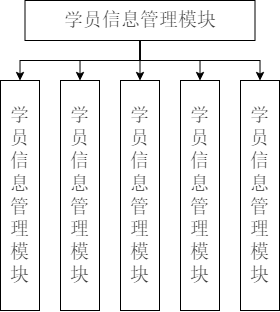
Earlier version of the draw.io export 未命名绘图.drawio.png (w1791105996/About-CSS3). Source tidied: cells renumbered, new cells last; positions are measured from the earlier drawing's top-left corner, leaving out a move shared by most shapes. The source it was exported from:
```xml
<mxGraphModel>
  <root>
    <mxCell id="0" />
    <mxCell id="1" parent="0" />
    <mxCell id="2" style="edgeStyle=orthogonalEdgeStyle;rounded=0;jettySize=auto;html=1;exitX=0.5;exitY=1;exitDx=0;exitDy=0;entryX=0.5;entryY=0;entryDx=0;entryDy=0;" parent="1" edge="1" source="7" target="10">
      <mxGeometry relative="1" as="geometry" />
    </mxCell>
    <mxCell id="3" style="edgeStyle=orthogonalEdgeStyle;rounded=0;jettySize=auto;html=1;exitX=0.5;exitY=1;exitDx=0;exitDy=0;entryX=0.5;entryY=0;entryDx=0;entryDy=0;" parent="1" edge="1" source="7" target="11">
      <mxGeometry relative="1" as="geometry" />
    </mxCell>
    <mxCell id="4" style="edgeStyle=orthogonalEdgeStyle;rounded=0;jettySize=auto;html=1;exitX=0.5;exitY=1;exitDx=0;exitDy=0;entryX=0.5;entryY=0;entryDx=0;entryDy=0;" parent="1" edge="1" source="7" target="12">
      <mxGeometry relative="1" as="geometry" />
    </mxCell>
    <mxCell id="5" style="edgeStyle=orthogonalEdgeStyle;rounded=0;jettySize=auto;html=1;exitX=0.5;exitY=1;exitDx=0;exitDy=0;entryX=0.5;entryY=0;entryDx=0;entryDy=0;" parent="1" edge="1" source="7" target="9">
      <mxGeometry relative="1" as="geometry" />
    </mxCell>
    <mxCell id="6" style="edgeStyle=orthogonalEdgeStyle;rounded=0;jettySize=auto;html=1;exitX=0.5;exitY=1;exitDx=0;exitDy=0;entryX=0.5;entryY=0;entryDx=0;entryDy=0;" parent="1" edge="1" source="7" target="8">
      <mxGeometry relative="1" as="geometry" />
    </mxCell>
    <mxCell id="7" value="&lt;span style=&quot;color: rgb(50, 50, 50); font-family: 宋体; font-size: 19px; background-color: rgba(255, 255, 255, 0.01);&quot;&gt;学员信息管理模块&lt;/span&gt;" style="rounded=0;whiteSpace=wrap;html=1;fontFamily=宋体;" parent="1" vertex="1">
      <mxGeometry x="24.5" width="230" height="40" as="geometry" />
    </mxCell>
    <mxCell id="8" value="&lt;span style=&quot;color: rgb(50, 50, 50); font-family: 宋体; font-size: 19px; background-color: rgba(255, 255, 255, 0.01);&quot;&gt;学员信息管理模块&lt;/span&gt;" style="rounded=0;whiteSpace=wrap;html=1;fontFamily=宋体;" parent="1" vertex="1">
      <mxGeometry y="80" width="39" height="230" as="geometry" />
    </mxCell>
    <mxCell id="9" value="&lt;span style=&quot;color: rgb(50, 50, 50); font-family: 宋体; font-size: 19px; background-color: rgba(255, 255, 255, 0.01);&quot;&gt;学员信息管理模块&lt;/span&gt;" style="rounded=0;whiteSpace=wrap;html=1;fontFamily=宋体;" parent="1" vertex="1">
      <mxGeometry x="60" y="80" width="39" height="230" as="geometry" />
    </mxCell>
    <mxCell id="10" value="&lt;span style=&quot;color: rgb(50, 50, 50); font-family: 宋体; font-size: 19px; background-color: rgba(255, 255, 255, 0.01);&quot;&gt;学员信息管理模块&lt;/span&gt;" style="rounded=0;whiteSpace=wrap;html=1;fontFamily=宋体;" parent="1" vertex="1">
      <mxGeometry x="120" y="80" width="39" height="230" as="geometry" />
    </mxCell>
    <mxCell id="11" value="&lt;span style=&quot;color: rgb(50, 50, 50); font-family: 宋体; font-size: 19px; background-color: rgba(255, 255, 255, 0.01);&quot;&gt;学员信息管理模块&lt;/span&gt;" style="rounded=0;whiteSpace=wrap;html=1;fontFamily=宋体;" parent="1" vertex="1">
      <mxGeometry x="180" y="80" width="39" height="230" as="geometry" />
    </mxCell>
    <mxCell id="12" value="&lt;span style=&quot;color: rgb(50, 50, 50); font-family: 宋体; font-size: 19px; background-color: rgba(255, 255, 255, 0.01);&quot;&gt;学员信息管理模块&lt;/span&gt;" style="rounded=0;whiteSpace=wrap;html=1;fontFamily=宋体;" parent="1" vertex="1">
      <mxGeometry x="240" y="80" width="39" height="230" as="geometry" />
    </mxCell>
  </root>
</mxGraphModel>
```
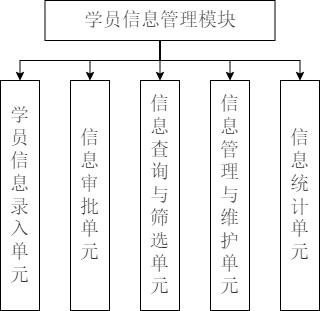
After the commit.

Commit message:
学员信息管理模块.drawio.png

The edit, as a diff of the source:
```diff
@@ -17,23 +17,23 @@
     <mxCell id="6" style="edgeStyle=orthogonalEdgeStyle;rounded=0;jettySize=auto;html=1;exitX=0.5;exitY=1;exitDx=0;exitDy=0;entryX=0.5;entryY=0;entryDx=0;entryDy=0;" parent="1" edge="1" source="7" target="8">
       <mxGeometry relative="1" as="geometry" />
     </mxCell>
-    <mxCell id="7" value="&lt;span style=&quot;color: rgb(50, 50, 50); font-family: 宋体; font-size: 19px; background-color: rgba(255, 255, 255, 0.01);&quot;&gt;学员信息管理模块&lt;/span&gt;" style="rounded=0;whiteSpace=wrap;html=1;fontFamily=宋体;" parent="1" vertex="1">
+    <mxCell id="7" value="&lt;span style=&quot;color: rgb(50, 50, 50); font-family: 宋体; font-size: 19px; background-color: rgba(255, 255, 255, 0.01);&quot;&gt;学员信息管理模块&lt;/span&gt;" style="rounded=0;whiteSpace=wrap;html=1;fontFamily=宋体;fontSize=19;" parent="1" vertex="1">
       <mxGeometry x="24.5" width="230" height="40" as="geometry" />
     </mxCell>
-    <mxCell id="8" value="&lt;span style=&quot;color: rgb(50, 50, 50); font-family: 宋体; font-size: 19px; background-color: rgba(255, 255, 255, 0.01);&quot;&gt;学员信息管理模块&lt;/span&gt;" style="rounded=0;whiteSpace=wrap;html=1;fontFamily=宋体;" parent="1" vertex="1">
-      <mxGeometry y="80" width="39" height="230" as="geometry" />
+    <mxCell id="8" value="&lt;span style=&quot;color: rgb(50, 50, 50); background-color: rgba(255, 255, 255, 0.01);&quot;&gt;学员信息录入单元&lt;/span&gt;" style="rounded=0;whiteSpace=wrap;html=1;fontFamily=宋体;fontSize=19;" parent="1" vertex="1">
+      <mxGeometry x="-20" y="80" width="39" height="230" as="geometry" />
     </mxCell>
-    <mxCell id="9" value="&lt;span style=&quot;color: rgb(50, 50, 50); font-family: 宋体; font-size: 19px; background-color: rgba(255, 255, 255, 0.01);&quot;&gt;学员信息管理模块&lt;/span&gt;" style="rounded=0;whiteSpace=wrap;html=1;fontFamily=宋体;" parent="1" vertex="1">
-      <mxGeometry x="60" y="80" width="39" height="230" as="geometry" />
+    <mxCell id="9" value="&lt;span style=&quot;color: rgb(50, 50, 50); background-color: rgba(255, 255, 255, 0.01);&quot;&gt;信息审批单元&lt;/span&gt;" style="rounded=0;whiteSpace=wrap;html=1;fontFamily=宋体;fontSize=19;" parent="1" vertex="1">
+      <mxGeometry x="50" y="80" width="39" height="230" as="geometry" />
     </mxCell>
-    <mxCell id="10" value="&lt;span style=&quot;color: rgb(50, 50, 50); font-family: 宋体; font-size: 19px; background-color: rgba(255, 255, 255, 0.01);&quot;&gt;学员信息管理模块&lt;/span&gt;" style="rounded=0;whiteSpace=wrap;html=1;fontFamily=宋体;" parent="1" vertex="1">
+    <mxCell id="10" value="&lt;span style=&quot;color: rgb(50, 50, 50); background-color: rgba(255, 255, 255, 0.01);&quot;&gt;信息查询与筛选单元&lt;/span&gt;" style="rounded=0;whiteSpace=wrap;html=1;fontFamily=宋体;fontSize=19;" parent="1" vertex="1">
       <mxGeometry x="120" y="80" width="39" height="230" as="geometry" />
     </mxCell>
-    <mxCell id="11" value="&lt;span style=&quot;color: rgb(50, 50, 50); font-family: 宋体; font-size: 19px; background-color: rgba(255, 255, 255, 0.01);&quot;&gt;学员信息管理模块&lt;/span&gt;" style="rounded=0;whiteSpace=wrap;html=1;fontFamily=宋体;" parent="1" vertex="1">
-      <mxGeometry x="180" y="80" width="39" height="230" as="geometry" />
+    <mxCell id="11" value="&lt;span style=&quot;color: rgb(50, 50, 50); background-color: rgba(255, 255, 255, 0.01);&quot;&gt;信息管理与维护单元&lt;/span&gt;" style="rounded=0;whiteSpace=wrap;html=1;fontFamily=宋体;fontSize=19;" parent="1" vertex="1">
+      <mxGeometry x="190" y="80" width="39" height="230" as="geometry" />
     </mxCell>
-    <mxCell id="12" value="&lt;span style=&quot;color: rgb(50, 50, 50); font-family: 宋体; font-size: 19px; background-color: rgba(255, 255, 255, 0.01);&quot;&gt;学员信息管理模块&lt;/span&gt;" style="rounded=0;whiteSpace=wrap;html=1;fontFamily=宋体;" parent="1" vertex="1">
-      <mxGeometry x="240" y="80" width="39" height="230" as="geometry" />
+    <mxCell id="12" value="&lt;span style=&quot;color: rgb(50, 50, 50); background-color: rgba(255, 255, 255, 0.01);&quot;&gt;信息统计单元&lt;/span&gt;" style="rounded=0;whiteSpace=wrap;html=1;fontFamily=宋体;fontSize=19;" parent="1" vertex="1">
+      <mxGeometry x="260" y="80" width="39" height="230" as="geometry" />
     </mxCell>
   </root>
 </mxGraphModel>
```
